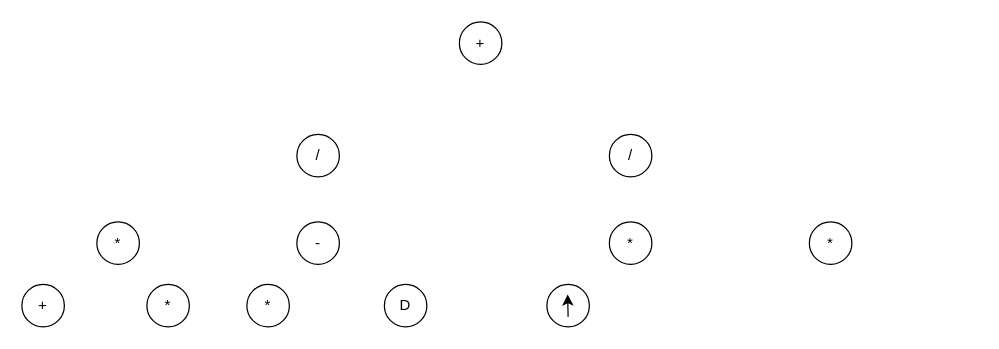
Earlier version of the draw.io diagram Untitled Diagram.drawio (NguyenDangKhoa02/20T1080038-Java). Source tidied: cells renumbered, new cells numbered last; positions are measured from the earlier drawing's top-left corner, leaving out a move shared by most shapes. Both pictures are drawn from the tidied source at 125%, with x=0, y=0 at pixel (21, 21).
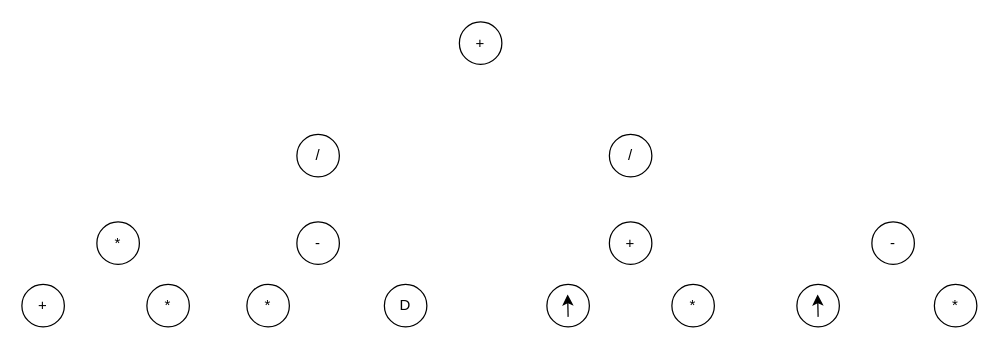
After the change.

Diff of the diagram source:
```diff
@@
-    <mxCell id="7" value="*" style="ellipse;whiteSpace=wrap;html=1;" parent="1" vertex="1">
+    <mxCell id="7" value="+" style="ellipse;whiteSpace=wrap;html=1;" parent="1" vertex="1">
       <mxGeometry x="470" y="160" width="34" height="34" as="geometry" />
     </mxCell>
-    <mxCell id="8" value="*" style="ellipse;whiteSpace=wrap;html=1;" parent="1" vertex="1">
-      <mxGeometry x="630" y="160" width="34" height="34" as="geometry" />
+    <mxCell id="8" value="-" style="ellipse;whiteSpace=wrap;html=1;" parent="1" vertex="1">
+      <mxGeometry x="680" y="160" width="34" height="34" as="geometry" />
     </mxCell>
@@
+    <mxCell id="15" value="*" style="ellipse;whiteSpace=wrap;html=1;" parent="1" vertex="1">
+      <mxGeometry x="520" y="210" width="34" height="34" as="geometry" />
+    </mxCell>
+    <mxCell id="16" value="*" style="ellipse;whiteSpace=wrap;html=1;" parent="1" vertex="1">
+      <mxGeometry x="730" y="210" width="34" height="34" as="geometry" />
+    </mxCell>
+    <mxCell id="17" style="ellipse;whiteSpace=wrap;html=1;" parent="1" vertex="1">
+      <mxGeometry x="620" y="210" width="34" height="34" as="geometry" />
+    </mxCell>
+    <mxCell id="18" style="endArrow=classic;html=1;" parent="1" edge="1">
+      <mxGeometry relative="1" as="geometry">
+        <mxPoint x="637" y="236" as="sourcePoint" />
+        <mxPoint x="636.6" y="218" as="targetPoint" />
+      </mxGeometry>
+    </mxCell>
```
